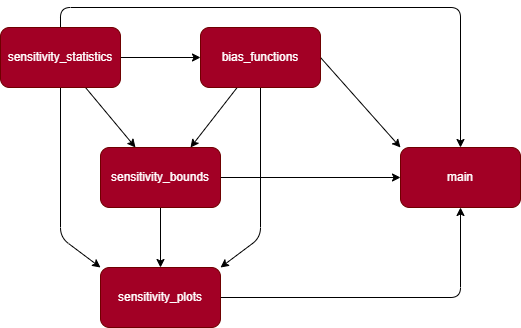
The draw.io diagram map.png in d2cml-ai/JlSensemakr.jl, before a commit. Source tidied: cells renumbered, new cells last; positions are measured from the earlier drawing's top-left corner, leaving out a move shared by most shapes.
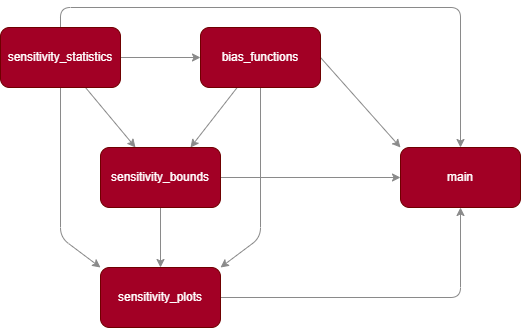
The same file after the commit.

The edit, as a diff of the source:
```diff
@@ -2,13 +2,13 @@
   <root>
     <mxCell id="0" />
     <mxCell id="1" parent="0" />
-    <mxCell id="2" style="edgeStyle=none;html=1;entryX=0;entryY=0.5;entryDx=0;entryDy=0;" parent="1" edge="1" source="6" target="10">
+    <mxCell id="2" style="edgeStyle=none;html=1;entryX=0;entryY=0.5;entryDx=0;entryDy=0;strokeColor=#8A8A8A;" parent="1" edge="1" source="6" target="10">
       <mxGeometry relative="1" as="geometry" />
     </mxCell>
-    <mxCell id="3" style="edgeStyle=none;html=1;" parent="1" edge="1" source="6" target="13">
+    <mxCell id="3" style="edgeStyle=none;html=1;strokeColor=#8A8A8A;" parent="1" edge="1" source="6" target="13">
       <mxGeometry relative="1" as="geometry" />
     </mxCell>
-    <mxCell id="4" style="edgeStyle=none;html=1;" parent="1" edge="1" source="6">
+    <mxCell id="4" style="edgeStyle=none;html=1;strokeColor=#8A8A8A;" parent="1" edge="1" source="6">
       <mxGeometry relative="1" as="geometry">
         <mxPoint x="460" y="140" as="targetPoint" />
         <Array as="points">
@@ -17,7 +17,7 @@
         </Array>
       </mxGeometry>
     </mxCell>
-    <mxCell id="5" style="edgeStyle=none;html=1;entryX=0;entryY=0;entryDx=0;entryDy=0;" parent="1" edge="1" source="6" target="15">
+    <mxCell id="5" style="edgeStyle=none;html=1;entryX=0;entryY=0;entryDx=0;entryDy=0;strokeColor=#8A8A8A;" parent="1" edge="1" source="6" target="15">
       <mxGeometry relative="1" as="geometry">
         <Array as="points">
           <mxPoint x="60" y="230" />
@@ -27,13 +27,13 @@
     <mxCell id="6" value="sensitivity_statistics" style="rounded=1;whiteSpace=wrap;html=1;fillColor=#a20025;fontColor=#ffffff;strokeColor=#6F0000;" parent="1" vertex="1">
       <mxGeometry y="20" width="120" height="60" as="geometry" />
     </mxCell>
-    <mxCell id="7" style="edgeStyle=none;html=1;entryX=0.75;entryY=0;entryDx=0;entryDy=0;" parent="1" edge="1" source="10" target="13">
+    <mxCell id="7" style="edgeStyle=none;html=1;entryX=0.75;entryY=0;entryDx=0;entryDy=0;strokeColor=#8A8A8A;" parent="1" edge="1" source="10" target="13">
       <mxGeometry relative="1" as="geometry" />
     </mxCell>
-    <mxCell id="8" style="edgeStyle=none;html=1;exitX=1;exitY=0.5;exitDx=0;exitDy=0;entryX=0;entryY=0;entryDx=0;entryDy=0;" parent="1" edge="1" source="10" target="16">
+    <mxCell id="8" style="edgeStyle=none;html=1;exitX=1;exitY=0.5;exitDx=0;exitDy=0;entryX=0;entryY=0;entryDx=0;entryDy=0;sketch=0;shadow=0;strokeColor=#8A8A8A;" parent="1" edge="1" source="10" target="16">
       <mxGeometry relative="1" as="geometry" />
     </mxCell>
-    <mxCell id="9" style="edgeStyle=none;html=1;entryX=1;entryY=0;entryDx=0;entryDy=0;" parent="1" edge="1" source="10" target="15">
+    <mxCell id="9" style="edgeStyle=none;html=1;entryX=1;entryY=0;entryDx=0;entryDy=0;strokeColor=#8A8A8A;" parent="1" edge="1" source="10" target="15">
       <mxGeometry relative="1" as="geometry">
         <Array as="points">
           <mxPoint x="260" y="230" />
@@ -43,16 +43,16 @@
     <mxCell id="10" value="bias_functions" style="rounded=1;whiteSpace=wrap;html=1;fillColor=#a20025;fontColor=#ffffff;strokeColor=#6F0000;" parent="1" vertex="1">
       <mxGeometry x="200" y="20" width="120" height="60" as="geometry" />
     </mxCell>
-    <mxCell id="11" style="edgeStyle=none;html=1;entryX=0.5;entryY=0;entryDx=0;entryDy=0;" parent="1" edge="1" source="13" target="15">
+    <mxCell id="11" style="edgeStyle=none;html=1;entryX=0.5;entryY=0;entryDx=0;entryDy=0;strokeColor=#8A8A8A;" parent="1" edge="1" source="13" target="15">
       <mxGeometry relative="1" as="geometry" />
     </mxCell>
-    <mxCell id="12" style="edgeStyle=none;html=1;entryX=0;entryY=0.5;entryDx=0;entryDy=0;" parent="1" edge="1" source="13" target="16">
+    <mxCell id="12" style="edgeStyle=none;html=1;entryX=0;entryY=0.5;entryDx=0;entryDy=0;strokeColor=#8A8A8A;" parent="1" edge="1" source="13" target="16">
       <mxGeometry relative="1" as="geometry" />
     </mxCell>
     <mxCell id="13" value="sensitivity_bounds" style="rounded=1;whiteSpace=wrap;html=1;fillColor=#a20025;fontColor=#ffffff;strokeColor=#6F0000;" parent="1" vertex="1">
       <mxGeometry x="100" y="140" width="120" height="60" as="geometry" />
     </mxCell>
-    <mxCell id="14" style="edgeStyle=none;html=1;entryX=0.5;entryY=1;entryDx=0;entryDy=0;" parent="1" edge="1" source="15" target="16">
+    <mxCell id="14" style="edgeStyle=none;html=1;entryX=0.5;entryY=1;entryDx=0;entryDy=0;strokeColor=#8A8A8A;" parent="1" edge="1" source="15" target="16">
       <mxGeometry relative="1" as="geometry">
         <Array as="points">
           <mxPoint x="460" y="290" />
```
